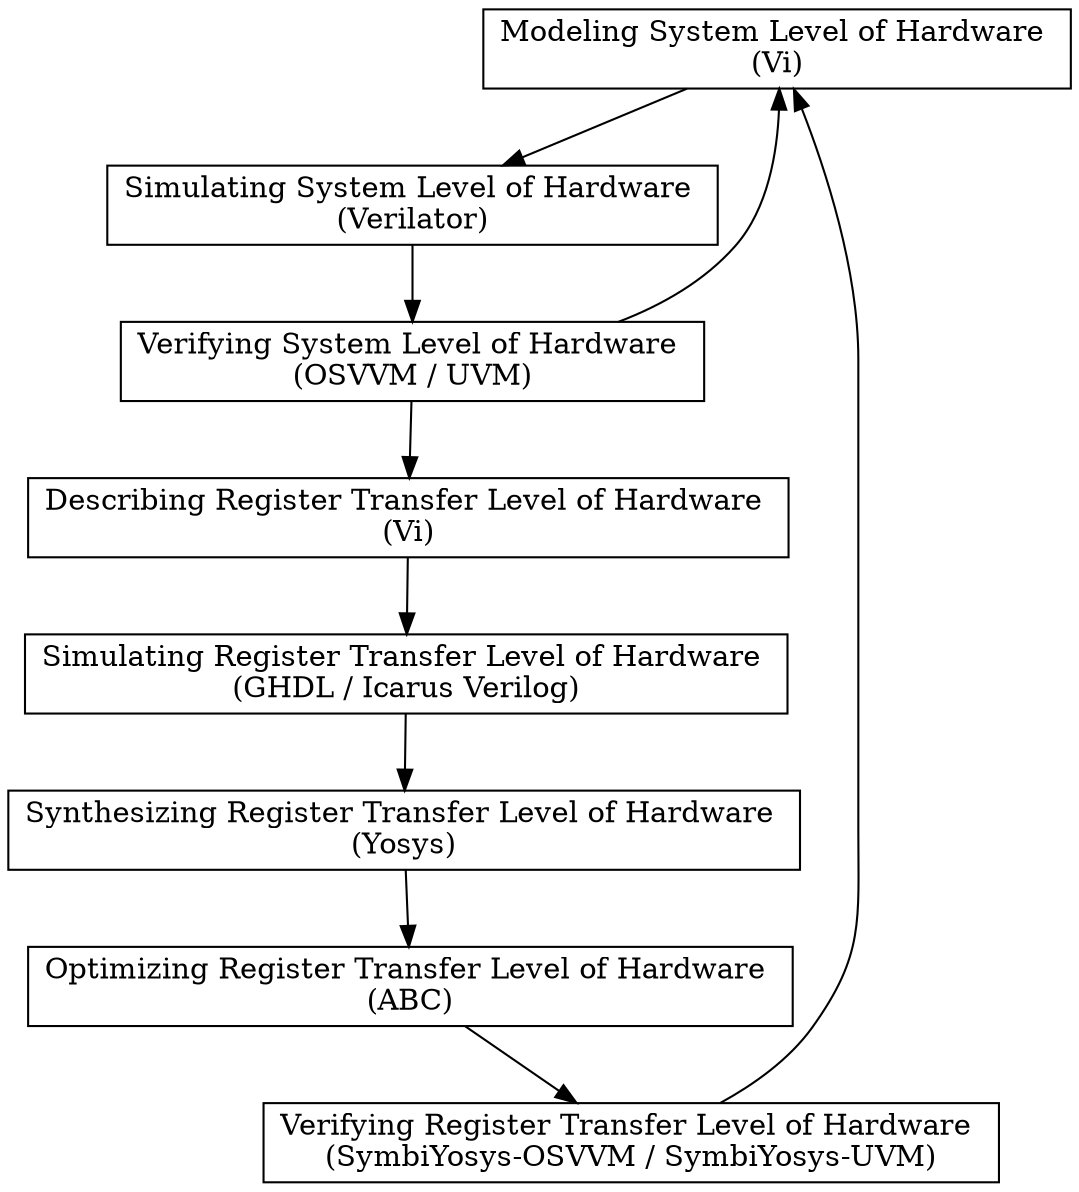
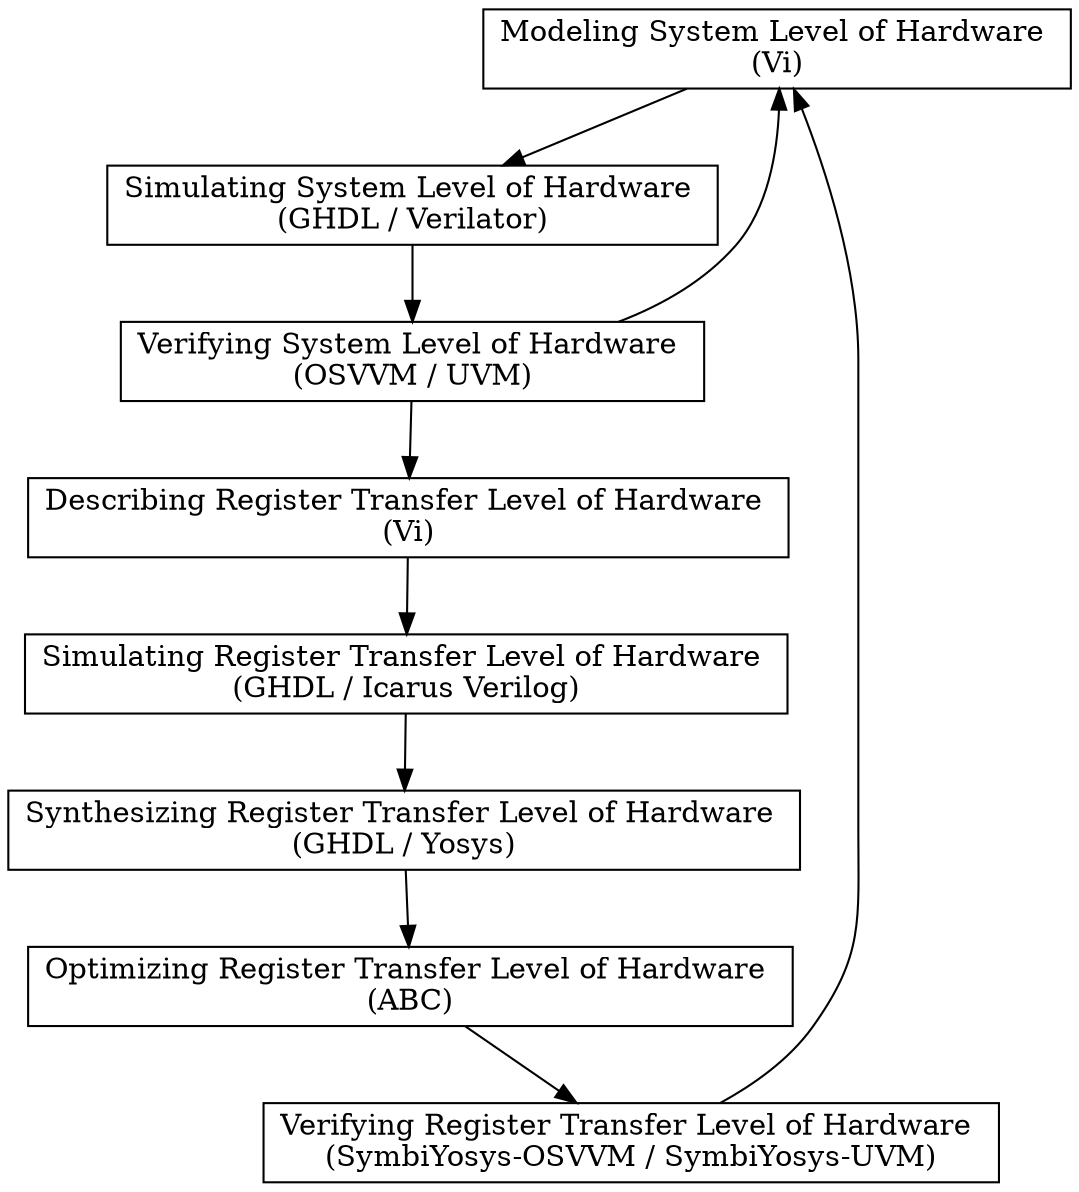
digraph FrontEnd {
  // Introduction
  node[shape=record];

  // Blocks
  Modeling_SLH[label="Modeling System Level of Hardware \n(Vi)"];
-   Simulating_SLH[label="Simulating System Level of Hardware \n(Verilator)"];
+   Simulating_SLH[label="Simulating System Level of Hardware \n(GHDL / Verilator)"];
  Verifying_SLH[label="Verifying System Level of Hardware \n(OSVVM / UVM)"];
  Describing_RTL[label="Describing Register Transfer Level of Hardware \n(Vi)"];
  Simulating_RTL[label="Simulating Register Transfer Level of Hardware \n(GHDL / Icarus Verilog)"];
-   Synthesizing_RTL[label="Synthesizing Register Transfer Level of Hardware \n(Yosys)"];
+   Synthesizing_RTL[label="Synthesizing Register Transfer Level of Hardware \n(GHDL / Yosys)"];
  Optimizing_RTL[label="Optimizing Register Transfer Level of Hardware \n(ABC)"];
  Verifying_RTL[label="Verifying Register Transfer Level of Hardware \n(SymbiYosys-OSVVM / SymbiYosys-UVM)"];

  // Sequence
  Modeling_SLH -> Simulating_SLH;
  Simulating_SLH -> Verifying_SLH;
  Verifying_SLH -> Describing_RTL;
  Describing_RTL -> Simulating_RTL;
  Simulating_RTL -> Synthesizing_RTL;
  Synthesizing_RTL -> Optimizing_RTL;
  Optimizing_RTL -> Verifying_RTL;

  // Feedback
  Verifying_SLH -> Modeling_SLH;
  Verifying_RTL -> Modeling_SLH;
}
